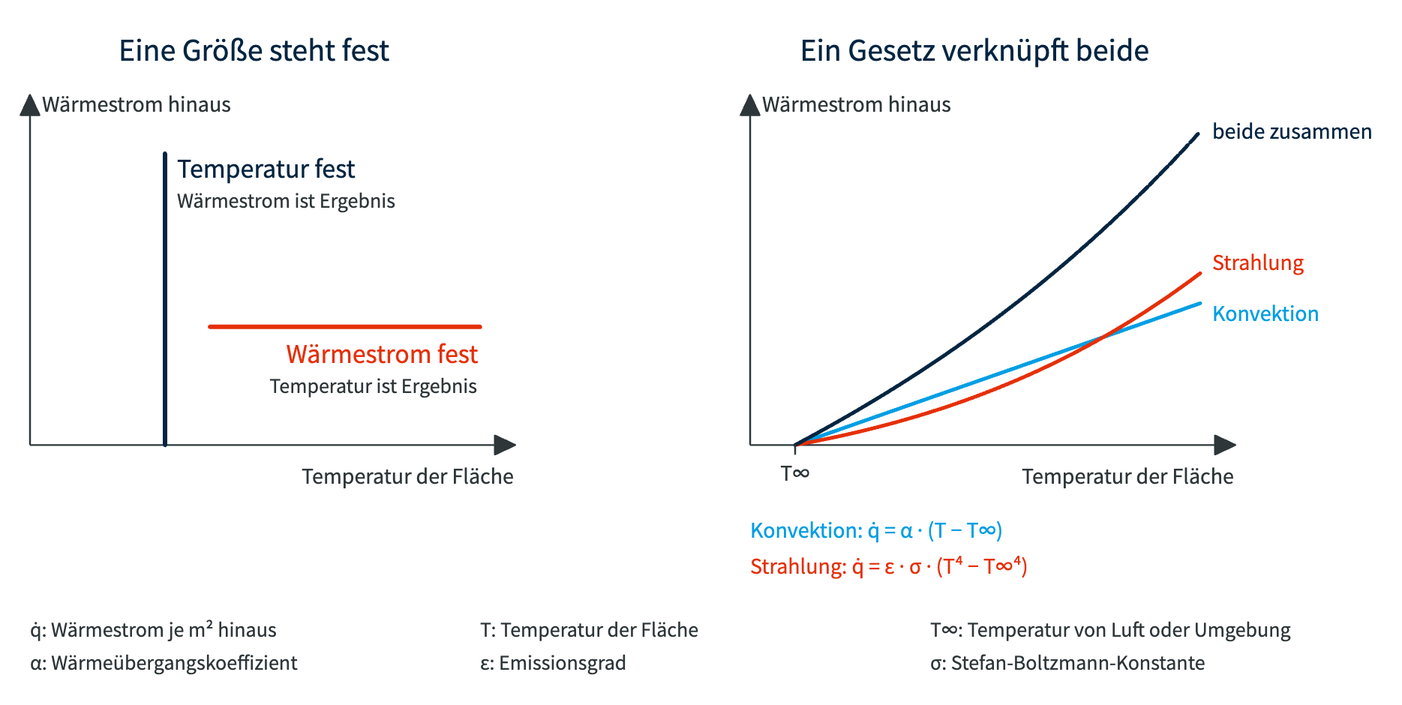
This is docs/P2_Randbedingungen/images/p2_rb_kennlinien.excalidraw.png from prof-schoenfelder-lab/Thermische-Analyse, a Excalidraw export, as it was before one commit. Source tidied: one line per element, renumbered; positions are measured from the earlier drawing's top-left corner, leaving out a move shared by most shapes.
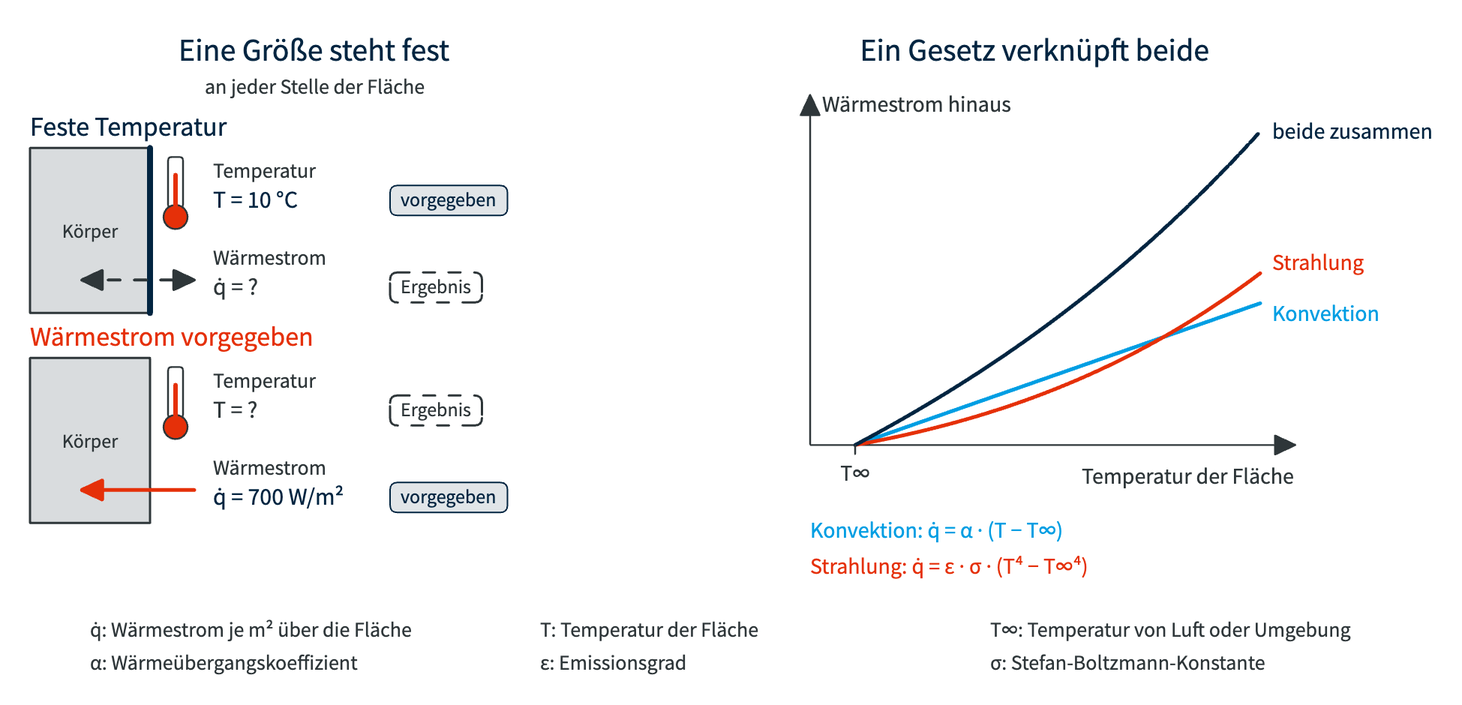
Above is the later version.

The edit, as a diff of the source:
```diff
@@ -1,30 +1,52 @@
 {"id": 0, "type": "text", "text": "Eine Größe steht fest", "strokeColor": "#022541", "strokeWidth": 2, "roughness": 0, "fontSize": 21, "fontFamily": 4, "x": 59, "y": 0, "width": 181, "height": 26}
-{"id": 1, "type": "arrow", "strokeColor": "#2E3639", "strokeWidth": 1.2, "roughness": 0, "endArrowhead": "triangle", "x": 0, "y": 277, "width": 324, "height": 0, "points": [[0, 0], [323, 0]]}
-{"id": 2, "type": "arrow", "strokeColor": "#2E3639", "strokeWidth": 1.2, "roughness": 0, "endArrowhead": "triangle", "x": 0, "y": 276, "width": 0, "height": 234, "points": [[0, 0], [0, -233]]}
-{"id": 3, "type": "text", "text": "Temperatur der Fläche", "strokeColor": "#2E3639", "strokeWidth": 2, "roughness": 0, "fontSize": 15, "fontFamily": 4, "x": 181, "y": 288, "width": 142, "height": 19}
-{"id": 4, "type": "text", "text": "Wärmestrom hinaus", "strokeColor": "#2E3639", "strokeWidth": 2, "roughness": 0, "fontSize": 15, "fontFamily": 4, "x": 8, "y": 40, "width": 126, "height": 19}
-{"id": 5, "type": "line", "strokeColor": "#022541", "strokeWidth": 3, "roughness": 0, "x": 90, "y": 277, "width": 100, "height": 0, "points": [[0, 0], [0, -194]]}
-{"id": 6, "type": "text", "text": "Temperatur fest", "strokeColor": "#022541", "strokeWidth": 2, "roughness": 0, "fontSize": 18, "fontFamily": 4, "x": 98, "y": 81, "width": 119, "height": 23}
-{"id": 7, "type": "text", "text": "Wärmestrom ist Ergebnis", "strokeColor": "#2E3639", "strokeWidth": 2, "roughness": 0, "fontSize": 14, "fontFamily": 4, "x": 98, "y": 105, "width": 145, "height": 18}
-{"id": 8, "type": "line", "strokeColor": "#E53009", "strokeWidth": 3, "roughness": 0, "x": 120, "y": 198, "width": 100, "height": 0, "points": [[0, 0], [180, 0]]}
-{"id": 9, "type": "text", "text": "Wärmestrom fest", "strokeColor": "#E53009", "strokeWidth": 2, "roughness": 0, "fontSize": 18, "fontFamily": 4, "x": 171, "y": 204, "width": 128, "height": 23}
-{"id": 10, "type": "text", "text": "Temperatur ist Ergebnis", "strokeColor": "#2E3639", "strokeWidth": 2, "roughness": 0, "fontSize": 14, "fontFamily": 4, "x": 160, "y": 228, "width": 138, "height": 18}
+{"id": 32, "type": "text", "text": "an jeder Stelle der Fläche", "strokeColor": "#2E3639", "strokeWidth": 2, "roughness": 0, "fontSize": 14, "fontFamily": 4, "x": 76, "y": 29, "width": 147, "height": 18}
+{"id": 33, "type": "text", "text": "Feste Temperatur", "strokeColor": "#022541", "strokeWidth": 2, "roughness": 0, "fontSize": 18, "fontFamily": 4, "x": -40, "y": 53, "width": 131, "height": 23}
+{"id": 34, "type": "rectangle", "strokeColor": "#2E3639", "backgroundColor": "#d9dcde", "fillStyle": "solid", "strokeWidth": 1.5, "roughness": 0, "x": -40, "y": 79, "width": 80, "height": 110}
+{"id": 35, "type": "text", "text": "Körper", "strokeColor": "#2E3639", "strokeWidth": 2, "roughness": 0, "fontSize": 13, "fontFamily": 4, "x": -19, "y": 126, "width": 37, "height": 16}
+{"id": 36, "type": "line", "strokeColor": "#022541", "strokeWidth": 4, "roughness": 0, "x": 40, "y": 79, "width": 100, "height": 0, "points": [[0, 0], [0, 110]]}
+{"id": 37, "type": "rectangle", "strokeColor": "#2E3639", "backgroundColor": "#ffffff", "fillStyle": "solid", "strokeWidth": 1.2, "roughness": 0, "round": true, "x": 52, "y": 85, "width": 10, "height": 34}
+{"id": 38, "type": "ellipse", "strokeColor": "#2E3639", "backgroundColor": "#E53009", "fillStyle": "solid", "strokeWidth": 1.2, "roughness": 0, "x": 49, "y": 117, "width": 16, "height": 16}
+{"id": 39, "type": "line", "strokeColor": "#E53009", "strokeWidth": 3, "roughness": 0, "x": 57, "y": 97, "width": 100, "height": 0, "points": [[0, 0], [0, 22]]}
+{"id": 40, "type": "arrow", "strokeColor": "#2E3639", "strokeWidth": 1.5, "strokeStyle": "dashed", "roughness": 0, "startArrowhead": "triangle", "endArrowhead": "triangle", "x": -6, "y": 167, "width": 76, "height": 0, "points": [[0, 0], [75, 0]]}
+{"id": 41, "type": "text", "text": "Temperatur", "strokeColor": "#2E3639", "strokeWidth": 2, "roughness": 0, "fontSize": 14, "fontFamily": 4, "x": 82, "y": 85, "width": 68, "height": 18}
+{"id": 42, "type": "text", "text": "T = 10 °C", "strokeColor": "#022541", "strokeWidth": 2, "roughness": 0, "fontSize": 16, "fontFamily": 4, "x": 82, "y": 103, "width": 56, "height": 20}
+{"id": 43, "type": "rectangle", "strokeColor": "#022541", "backgroundColor": "#e1e5e8", "fillStyle": "solid", "strokeWidth": 1, "roughness": 0, "round": true, "x": 200, "y": 104, "width": 78, "height": 20}
+{"id": 44, "type": "text", "text": "vorgegeben", "strokeColor": "#022541", "strokeWidth": 2, "roughness": 0, "fontSize": 13, "fontFamily": 4, "x": 207, "y": 105, "width": 64, "height": 16}
+{"id": 45, "type": "text", "text": "Wärmestrom", "strokeColor": "#2E3639", "strokeWidth": 2, "roughness": 0, "fontSize": 14, "fontFamily": 4, "x": 82, "y": 143, "width": 75, "height": 18}
+{"id": 46, "type": "text", "text": "q̇ = ?", "strokeColor": "#2E3639", "strokeWidth": 2, "roughness": 0, "fontSize": 16, "fontFamily": 4, "x": 82, "y": 161, "width": 30, "height": 20}
+{"id": 47, "type": "rectangle", "strokeColor": "#2E3639", "backgroundColor": "#ffffff", "fillStyle": "solid", "strokeWidth": 1, "strokeStyle": "dashed", "roughness": 0, "round": true, "x": 200, "y": 162, "width": 61, "height": 20}
+{"id": 48, "type": "text", "text": "Ergebnis", "strokeColor": "#2E3639", "strokeWidth": 2, "roughness": 0, "fontSize": 13, "fontFamily": 4, "x": 207, "y": 163, "width": 47, "height": 16}
+{"id": 49, "type": "text", "text": "Wärmestrom vorgegeben", "strokeColor": "#E53009", "strokeWidth": 2, "roughness": 0, "fontSize": 18, "fontFamily": 4, "x": -40, "y": 193, "width": 189, "height": 23}
+{"id": 50, "type": "rectangle", "strokeColor": "#2E3639", "backgroundColor": "#d9dcde", "fillStyle": "solid", "strokeWidth": 1.5, "roughness": 0, "x": -40, "y": 219, "width": 80, "height": 110}
+{"id": 51, "type": "text", "text": "Körper", "strokeColor": "#2E3639", "strokeWidth": 2, "roughness": 0, "fontSize": 13, "fontFamily": 4, "x": -19, "y": 266, "width": 37, "height": 16}
+{"id": 52, "type": "rectangle", "strokeColor": "#2E3639", "backgroundColor": "#ffffff", "fillStyle": "solid", "strokeWidth": 1.2, "roughness": 0, "round": true, "x": 52, "y": 225, "width": 10, "height": 34}
+{"id": 53, "type": "ellipse", "strokeColor": "#2E3639", "backgroundColor": "#E53009", "fillStyle": "solid", "strokeWidth": 1.2, "roughness": 0, "x": 49, "y": 257, "width": 16, "height": 16}
+{"id": 54, "type": "line", "strokeColor": "#E53009", "strokeWidth": 3, "roughness": 0, "x": 57, "y": 237, "width": 100, "height": 0, "points": [[0, 0], [0, 22]]}
+{"id": 55, "type": "arrow", "strokeColor": "#E53009", "strokeWidth": 2.5, "roughness": 0, "endArrowhead": "triangle", "x": 70, "y": 307, "width": 76, "height": 0, "points": [[0, 0], [-75, 0]]}
+{"id": 56, "type": "text", "text": "Temperatur", "strokeColor": "#2E3639", "strokeWidth": 2, "roughness": 0, "fontSize": 14, "fontFamily": 4, "x": 82, "y": 225, "width": 68, "height": 18}
+{"id": 57, "type": "text", "text": "T = ?", "strokeColor": "#2E3639", "strokeWidth": 2, "roughness": 0, "fontSize": 16, "fontFamily": 4, "x": 82, "y": 243, "width": 30, "height": 20}
+{"id": 58, "type": "rectangle", "strokeColor": "#2E3639", "backgroundColor": "#ffffff", "fillStyle": "solid", "strokeWidth": 1, "strokeStyle": "dashed", "roughness": 0, "round": true, "x": 200, "y": 244, "width": 61, "height": 20}
+{"id": 59, "type": "text", "text": "Ergebnis", "strokeColor": "#2E3639", "strokeWidth": 2, "roughness": 0, "fontSize": 13, "fontFamily": 4, "x": 207, "y": 245, "width": 47, "height": 16}
+{"id": 60, "type": "text", "text": "Wärmestrom", "strokeColor": "#2E3639", "strokeWidth": 2, "roughness": 0, "fontSize": 14, "fontFamily": 4, "x": 82, "y": 283, "width": 75, "height": 18}
+{"id": 61, "type": "text", "text": "q̇ = 700 W/m²", "strokeColor": "#022541", "strokeWidth": 2, "roughness": 0, "fontSize": 16, "fontFamily": 4, "x": 82, "y": 301, "width": 87, "height": 20}
+{"id": 62, "type": "rectangle", "strokeColor": "#022541", "backgroundColor": "#e1e5e8", "fillStyle": "solid", "strokeWidth": 1, "roughness": 0, "round": true, "x": 200, "y": 302, "width": 78, "height": 20}
+{"id": 63, "type": "text", "text": "vorgegeben", "strokeColor": "#022541", "strokeWidth": 2, "roughness": 0, "fontSize": 13, "fontFamily": 4, "x": 207, "y": 303, "width": 64, "height": 16}
 {"id": 11, "type": "text", "text": "Ein Gesetz verknüpft beide", "strokeColor": "#022541", "strokeWidth": 2, "roughness": 0, "fontSize": 21, "fontFamily": 4, "x": 513, "y": 0, "width": 233, "height": 26}
-{"id": 12, "type": "arrow", "strokeColor": "#2E3639", "strokeWidth": 1.2, "roughness": 0, "endArrowhead": "triangle", "x": 480, "y": 277, "width": 324, "height": 0, "points": [[0, 0], [323, 0]]}
-{"id": 13, "type": "arrow", "strokeColor": "#2E3639", "strokeWidth": 1.2, "roughness": 0, "endArrowhead": "triangle", "x": 480, "y": 276, "width": 0, "height": 234, "points": [[0, 0], [0, -233]]}
-{"id": 14, "type": "text", "text": "Temperatur der Fläche", "strokeColor": "#2E3639", "strokeWidth": 2, "roughness": 0, "fontSize": 15, "fontFamily": 4, "x": 661, "y": 288, "width": 142, "height": 19}
-{"id": 15, "type": "text", "text": "Wärmestrom hinaus", "strokeColor": "#2E3639", "strokeWidth": 2, "roughness": 0, "fontSize": 15, "fontFamily": 4, "x": 488, "y": 40, "width": 126, "height": 19}
-{"id": 16, "type": "line", "strokeColor": "#009EE3", "strokeWidth": 2.5, "roughness": 0, "x": 510, "y": 277, "width": 100, "height": 0, "points": [[0, 0], [7, -2], [14, -5], [20, -7], [27, -9], [34, -12], [40, -14], [47, -17], [54, -19], [61, -21], [68, -24], [74, -26], [81, -28], [88, -31], [94, -33], [101, -35], [108, -38], [115, -40], [122, -43], [128, -45], [135, -47], [142, -50], [148, -52], [155, -54], [162, -57], [169, -59], [176, -61], [182, -64], [189, -66], [196, -69], [202, -71], [209, -73], [216, -76], [223, -78], [230, -80], [236, -83], [243, -85], [250, -87], [256, -90], [263, -92], [270, -94]]}
-{"id": 17, "type": "line", "strokeColor": "#E53009", "strokeWidth": 2.5, "roughness": 0, "x": 510, "y": 277, "width": 100, "height": 0, "points": [[0, 0], [7, -1], [14, -3], [20, -4], [27, -5], [34, -7], [40, -8], [47, -10], [54, -12], [61, -13], [68, -15], [74, -17], [81, -19], [88, -21], [94, -23], [101, -26], [108, -28], [115, -30], [122, -33], [128, -35], [135, -38], [142, -41], [148, -44], [155, -47], [162, -50], [169, -53], [176, -56], [182, -59], [189, -63], [196, -67], [202, -70], [209, -74], [216, -78], [223, -82], [230, -86], [236, -91], [243, -95], [250, -100], [256, -105], [263, -109], [270, -114]]}
-{"id": 18, "type": "line", "strokeColor": "#022541", "strokeWidth": 2, "strokeStyle": "dashed", "roughness": 0, "x": 510, "y": 277, "width": 100, "height": 0, "points": [[0, 0], [7, -4], [14, -7], [20, -11], [27, -15], [34, -19], [40, -23], [47, -27], [54, -31], [61, -35], [68, -39], [74, -43], [81, -47], [88, -52], [94, -56], [101, -61], [108, -66], [115, -70], [122, -75], [128, -80], [135, -85], [142, -90], [148, -96], [155, -101], [162, -106], [169, -112], [176, -117], [182, -123], [189, -129], [196, -135], [202, -141], [209, -147], [216, -154], [223, -160], [230, -167], [236, -173], [243, -180], [250, -187], [256, -194], [263, -202], [270, -209]]}
-{"id": 19, "type": "line", "strokeColor": "#2E3639", "strokeWidth": 1.2, "roughness": 0, "x": 510, "y": 277, "width": 100, "height": 0, "points": [[0, 0], [0, 6]]}
+{"id": 64, "type": "arrow", "strokeColor": "#2E3639", "strokeWidth": 1.2, "roughness": 0, "endArrowhead": "triangle", "x": 480, "y": 277, "width": 324, "height": 0, "points": [[0, 0], [323, 0]]}
+{"id": 65, "type": "arrow", "strokeColor": "#2E3639", "strokeWidth": 1.2, "roughness": 0, "endArrowhead": "triangle", "x": 480, "y": 276, "width": 0, "height": 234, "points": [[0, 0], [0, -233]]}
+{"id": 66, "type": "text", "text": "Temperatur der Fläche", "strokeColor": "#2E3639", "strokeWidth": 2, "roughness": 0, "fontSize": 15, "fontFamily": 4, "x": 661, "y": 288, "width": 142, "height": 19}
+{"id": 67, "type": "text", "text": "Wärmestrom hinaus", "strokeColor": "#2E3639", "strokeWidth": 2, "roughness": 0, "fontSize": 15, "fontFamily": 4, "x": 488, "y": 40, "width": 126, "height": 19}
+{"id": 68, "type": "line", "strokeColor": "#009EE3", "strokeWidth": 2.5, "roughness": 0, "x": 510, "y": 277, "width": 100, "height": 0, "points": [[0, 0], [7, -2], [14, -5], [20, -7], [27, -9], [34, -12], [40, -14], [47, -17], [54, -19], [61, -21], [68, -24], [74, -26], [81, -28], [88, -31], [94, -33], [101, -35], [108, -38], [115, -40], [122, -43], [128, -45], [135, -47], [142, -50], [148, -52], [155, -54], [162, -57], [169, -59], [176, -61], [182, -64], [189, -66], [196, -69], [202, -71], [209, -73], [216, -76], [223, -78], [230, -80], [236, -83], [243, -85], [250, -87], [256, -90], [263, -92], [270, -94]]}
+{"id": 69, "type": "line", "strokeColor": "#E53009", "strokeWidth": 2.5, "roughness": 0, "x": 510, "y": 277, "width": 100, "height": 0, "points": [[0, 0], [7, -1], [14, -3], [20, -4], [27, -5], [34, -7], [40, -8], [47, -10], [54, -12], [61, -13], [68, -15], [74, -17], [81, -19], [88, -21], [94, -23], [101, -26], [108, -28], [115, -30], [122, -33], [128, -35], [135, -38], [142, -41], [148, -44], [155, -47], [162, -50], [169, -53], [176, -56], [182, -59], [189, -63], [196, -67], [202, -70], [209, -74], [216, -78], [223, -82], [230, -86], [236, -91], [243, -95], [250, -100], [256, -105], [263, -109], [270, -114]]}
+{"id": 70, "type": "line", "strokeColor": "#022541", "strokeWidth": 2, "strokeStyle": "dashed", "roughness": 0, "x": 510, "y": 277, "width": 100, "height": 0, "points": [[0, 0], [7, -4], [14, -7], [20, -11], [27, -15], [34, -19], [40, -23], [47, -27], [54, -31], [61, -35], [68, -39], [74, -43], [81, -47], [88, -52], [94, -56], [101, -61], [108, -66], [115, -70], [122, -75], [128, -80], [135, -85], [142, -90], [148, -96], [155, -101], [162, -106], [169, -112], [176, -117], [182, -123], [189, -129], [196, -135], [202, -141], [209, -147], [216, -154], [223, -160], [230, -167], [236, -173], [243, -180], [250, -187], [256, -194], [263, -202], [270, -209]]}
+{"id": 71, "type": "line", "strokeColor": "#2E3639", "strokeWidth": 1.2, "roughness": 0, "x": 510, "y": 277, "width": 100, "height": 0, "points": [[0, 0], [0, 6]]}
 {"id": 20, "type": "text", "text": "T∞", "strokeColor": "#2E3639", "strokeWidth": 2, "roughness": 0, "fontSize": 15, "fontFamily": 4, "x": 500, "y": 286, "width": 20, "height": 19}
 {"id": 21, "type": "text", "text": "Konvektion", "strokeColor": "#009EE3", "strokeWidth": 2, "roughness": 0, "fontSize": 15, "fontFamily": 4, "x": 788, "y": 179, "width": 72, "height": 19}
 {"id": 22, "type": "text", "text": "Strahlung", "strokeColor": "#E53009", "strokeWidth": 2, "roughness": 0, "fontSize": 15, "fontFamily": 4, "x": 788, "y": 145, "width": 61, "height": 19}
 {"id": 23, "type": "text", "text": "beide zusammen", "strokeColor": "#022541", "strokeWidth": 2, "roughness": 0, "fontSize": 15, "fontFamily": 4, "x": 788, "y": 58, "width": 107, "height": 19}
 {"id": 24, "type": "text", "text": "Konvektion: q̇ = α · (T − T∞)", "strokeColor": "#009EE3", "strokeWidth": 2, "roughness": 0, "fontSize": 15, "fontFamily": 4, "x": 480, "y": 324, "width": 169, "height": 19}
 {"id": 25, "type": "text", "text": "Strahlung: q̇ = ε · σ · (T⁴ − T∞⁴)", "strokeColor": "#E53009", "strokeWidth": 2, "roughness": 0, "fontSize": 15, "fontFamily": 4, "x": 480, "y": 348, "width": 185, "height": 19}
-{"id": 26, "type": "text", "text": "q̇: Wärmestrom je m² hinaus", "strokeColor": "#2E3639", "strokeWidth": 2, "roughness": 0, "fontSize": 14, "fontFamily": 4, "x": 0, "y": 391, "width": 164, "height": 18}
+{"id": 72, "type": "text", "text": "q̇: Wärmestrom je m² über die Fläche", "strokeColor": "#2E3639", "strokeWidth": 2, "roughness": 0, "fontSize": 14, "fontFamily": 4, "x": 0, "y": 391, "width": 214, "height": 18}
 {"id": 27, "type": "text", "text": "T: Temperatur der Fläche", "strokeColor": "#2E3639", "strokeWidth": 2, "roughness": 0, "fontSize": 14, "fontFamily": 4, "x": 300, "y": 391, "width": 146, "height": 18}
 {"id": 28, "type": "text", "text": "T∞: Temperatur von Luft oder Umgebung", "strokeColor": "#2E3639", "strokeWidth": 2, "roughness": 0, "fontSize": 14, "fontFamily": 4, "x": 600, "y": 391, "width": 240, "height": 18}
 {"id": 29, "type": "text", "text": "α: Wärmeübergangskoeffizient", "strokeColor": "#2E3639", "strokeWidth": 2, "roughness": 0, "fontSize": 14, "fontFamily": 4, "x": 0, "y": 413, "width": 178, "height": 18}
```
